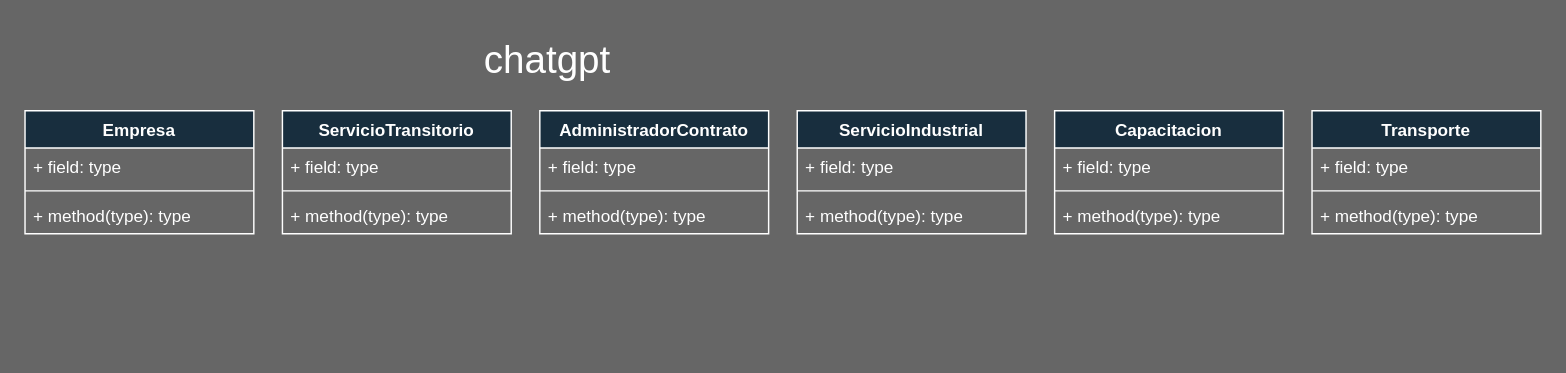
Above: Untitled Diagram.drawio in norah-st/diagram (draw.io), before the change. Source tidied: cells renumbered, new cells numbered last; positions are measured from the earlier drawing's top-left corner, leaving out a move shared by most shapes. Both pictures are drawn from the tidied source at 143%, with x=0, y=0 at pixel (24, 24).
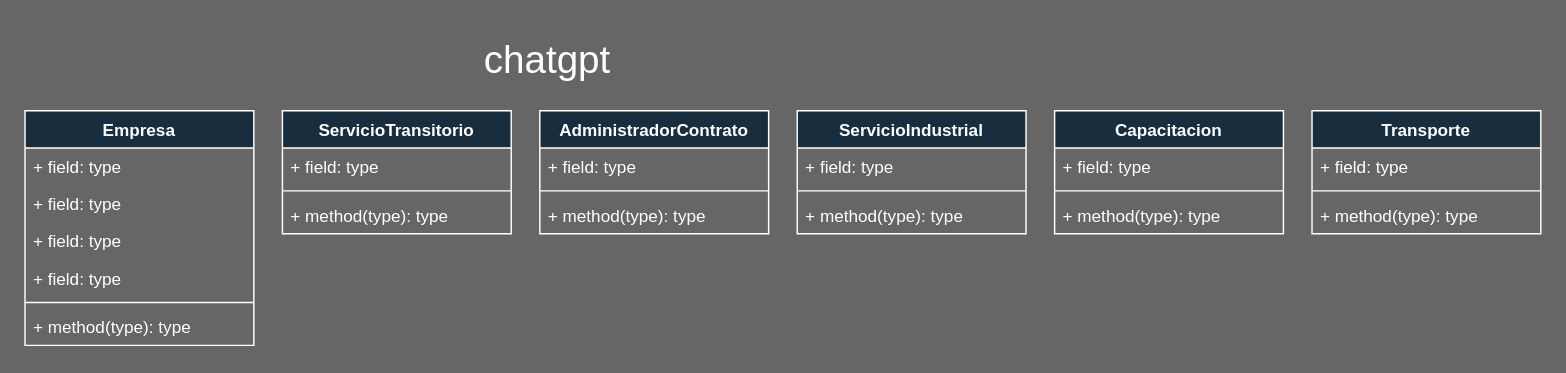
The same diagram, later.

What changed in the source:
```diff
@@
     <mxCell id="2" value="Empresa" style="swimlane;fontStyle=1;align=center;verticalAlign=top;horizontal=1;startSize=26;whiteSpace=wrap;html=1;rounded=0;labelBackgroundColor=none;fillColor=#182E3E;strokeColor=#FFFFFF;fontColor=#FFFFFF;" parent="1" vertex="1">
-      <mxGeometry y="60" width="160" height="86" as="geometry" />
+      <mxGeometry y="60" width="160" height="164" as="geometry" />
     </mxCell>
@@
+    <mxCell id="27" value="+ field: type" style="text;strokeColor=none;fillColor=none;align=left;verticalAlign=top;spacingLeft=4;spacingRight=4;overflow=hidden;whiteSpace=wrap;html=1;rounded=0;labelBackgroundColor=none;fontColor=#FFFFFF;" parent="2" vertex="1">
+      <mxGeometry y="52" width="160" height="26" as="geometry" />
+    </mxCell>
+    <mxCell id="28" value="+ field: type" style="text;strokeColor=none;fillColor=none;align=left;verticalAlign=top;spacingLeft=4;spacingRight=4;overflow=hidden;whiteSpace=wrap;html=1;rounded=0;labelBackgroundColor=none;fontColor=#FFFFFF;" parent="2" vertex="1">
+      <mxGeometry y="78" width="160" height="26" as="geometry" />
+    </mxCell>
+    <mxCell id="29" value="+ field: type" style="text;strokeColor=none;fillColor=none;align=left;verticalAlign=top;spacingLeft=4;spacingRight=4;overflow=hidden;whiteSpace=wrap;html=1;rounded=0;labelBackgroundColor=none;fontColor=#FFFFFF;" parent="2" vertex="1">
+      <mxGeometry y="104" width="160" height="26" as="geometry" />
+    </mxCell>
     <mxCell id="4" style="line;strokeWidth=1;fillColor=none;align=left;verticalAlign=middle;spacingTop=-1;spacingLeft=3;spacingRight=3;labelPosition=right;rounded=0;labelBackgroundColor=none;strokeColor=#FFFFFF;fontColor=#FFFFFF;" parent="2" vertex="1">
-      <mxGeometry y="52" width="160" height="8" as="geometry" />
+      <mxGeometry y="130" width="160" height="8" as="geometry" />
     </mxCell>
     <mxCell id="5" value="+ method(type): type" style="text;strokeColor=none;fillColor=none;align=left;verticalAlign=top;spacingLeft=4;spacingRight=4;overflow=hidden;whiteSpace=wrap;html=1;rounded=0;labelBackgroundColor=none;fontColor=#FFFFFF;" parent="2" vertex="1">
-      <mxGeometry y="60" width="160" height="26" as="geometry" />
+      <mxGeometry y="138" width="160" height="26" as="geometry" />
     </mxCell>
```
